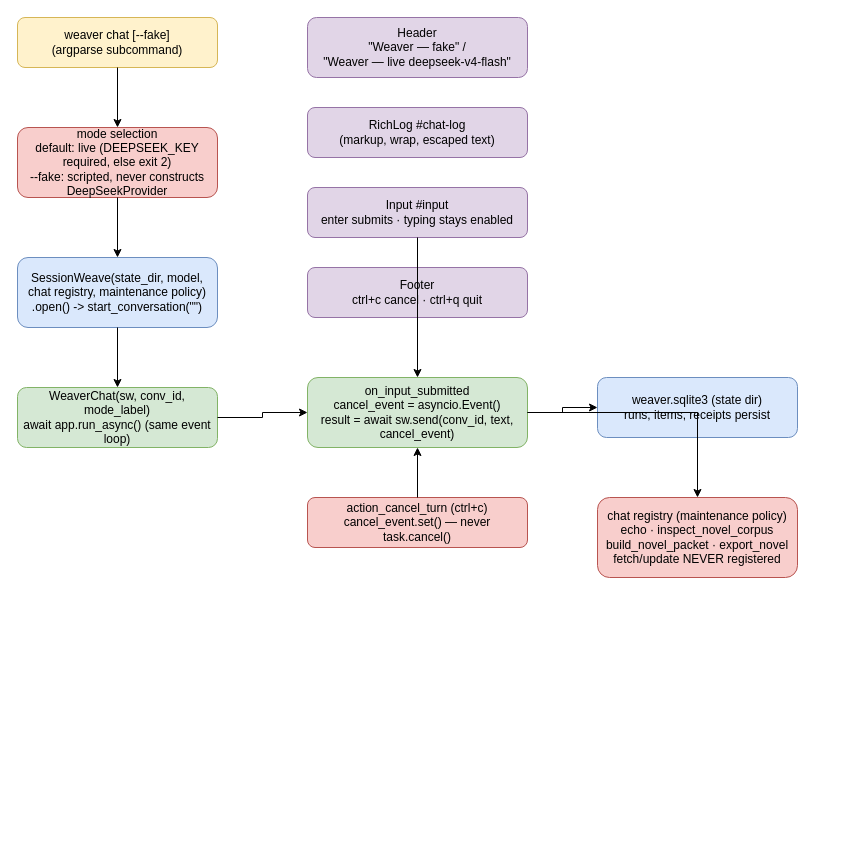
The draw.io diagram deliverables/010-tui-entrypoint/architecture.drawio in haxsysgit/Weaver, before the edit. Source tidied: cells renumbered, new cells numbered last; positions are measured from the earlier drawing's top-left corner, leaving out a move shared by most shapes. Both pictures are drawn from the tidied source at 100%, with x=0, y=0 at pixel (17, 17).
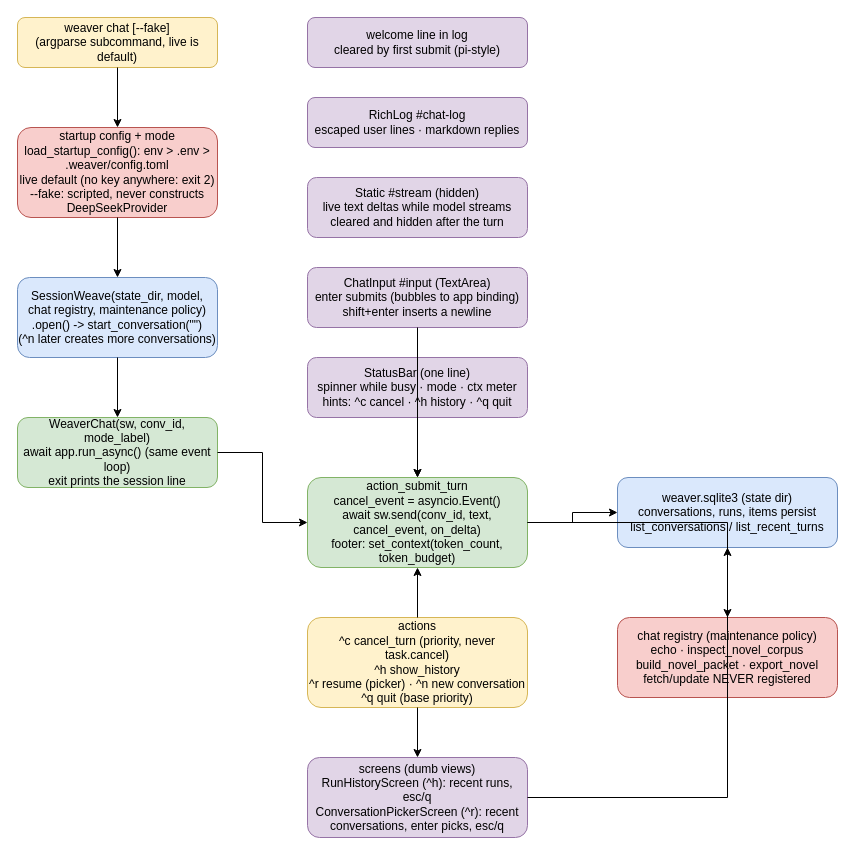
Above is the later version.

Commit message (it also covers changes not shown here):
plan 010 phase c: architecture diagram updated for phases a-d (reviewer minor)

The edit, as a diff of the source:
```diff
@@
-    <mxCell id="2" value="weaver chat [--fake]&#10;(argparse subcommand)" style="rounded=1;whiteSpace=wrap;html=1;fillColor=#fff2cc;strokeColor=#d6b656;" parent="1" vertex="1">
+    <mxCell id="2" value="weaver chat [--fake]&#10;(argparse subcommand, live is default)" style="rounded=1;whiteSpace=wrap;html=1;fillColor=#fff2cc;strokeColor=#d6b656;" parent="1" vertex="1">
       <mxGeometry width="200" height="50" as="geometry" />
     </mxCell>
-    <mxCell id="3" value="mode selection&#10;default: live (DEEPSEEK_KEY required, else exit 2)&#10;--fake: scripted, never constructs DeepSeekProvider" style="rounded=1;whiteSpace=wrap;html=1;fillColor=#f8cecc;strokeColor=#b85450;" parent="1" vertex="1">
-      <mxGeometry y="110" width="200" height="70" as="geometry" />
+    <mxCell id="3" value="startup config + mode&#10;load_startup_config(): env &gt; .env &gt; .weaver/config.toml&#10;live default (no key anywhere: exit 2)&#10;--fake: scripted, never constructs DeepSeekProvider" style="rounded=1;whiteSpace=wrap;html=1;fillColor=#f8cecc;strokeColor=#b85450;" parent="1" vertex="1">
+      <mxGeometry y="110" width="200" height="90" as="geometry" />
     </mxCell>
-    <mxCell id="4" value="SessionWeave(state_dir, model,&#10;chat registry, maintenance policy)&#10;.open() -&gt; start_conversation(&quot;&quot;)" style="rounded=1;whiteSpace=wrap;html=1;fillColor=#dae8fc;strokeColor=#6c8ebf;" parent="1" vertex="1">
-      <mxGeometry y="240" width="200" height="70" as="geometry" />
+    <mxCell id="4" value="SessionWeave(state_dir, model,&#10;chat registry, maintenance policy)&#10;.open() -&gt; start_conversation(&quot;&quot;)&#10;(^n later creates more conversations)" style="rounded=1;whiteSpace=wrap;html=1;fillColor=#dae8fc;strokeColor=#6c8ebf;" parent="1" vertex="1">
+      <mxGeometry y="260" width="200" height="80" as="geometry" />
     </mxCell>
-    <mxCell id="5" value="WeaverChat(sw, conv_id, mode_label)&#10;await app.run_async()  (same event loop)" style="rounded=1;whiteSpace=wrap;html=1;fillColor=#d5e8d4;strokeColor=#82b366;" parent="1" vertex="1">
-      <mxGeometry y="370" width="200" height="60" as="geometry" />
+    <mxCell id="5" value="WeaverChat(sw, conv_id, mode_label)&#10;await app.run_async()  (same event loop)&#10;exit prints the session line" style="rounded=1;whiteSpace=wrap;html=1;fillColor=#d5e8d4;strokeColor=#82b366;" parent="1" vertex="1">
+      <mxGeometry y="400" width="200" height="70" as="geometry" />
     </mxCell>
-    <mxCell id="6" value="Header&#10;&quot;Weaver — fake&quot; / &#10;&quot;Weaver — live deepseek-v4-flash&quot;" style="rounded=1;whiteSpace=wrap;html=1;fillColor=#e1d5e7;strokeColor=#9673a6;" parent="1" vertex="1">
-      <mxGeometry x="290" width="220" height="60" as="geometry" />
-    </mxCell>
+    <mxCell id="22" value="welcome line in log&#10;cleared by first submit (pi-style)" style="rounded=1;whiteSpace=wrap;html=1;fillColor=#e1d5e7;strokeColor=#9673a6;" parent="1" vertex="1">
+      <mxGeometry x="290" width="220" height="50" as="geometry" />
+    </mxCell>
-    <mxCell id="7" value="RichLog #chat-log&#10;(markup, wrap, escaped text)" style="rounded=1;whiteSpace=wrap;html=1;fillColor=#e1d5e7;strokeColor=#9673a6;" parent="1" vertex="1">
-      <mxGeometry x="290" y="90" width="220" height="50" as="geometry" />
+    <mxCell id="7" value="RichLog #chat-log&#10;escaped user lines · markdown replies" style="rounded=1;whiteSpace=wrap;html=1;fillColor=#e1d5e7;strokeColor=#9673a6;" parent="1" vertex="1">
+      <mxGeometry x="290" y="80" width="220" height="50" as="geometry" />
     </mxCell>
+    <mxCell id="23" value="Static #stream (hidden)&#10;live text deltas while model streams&#10;cleared and hidden after the turn" style="rounded=1;whiteSpace=wrap;html=1;fillColor=#e1d5e7;strokeColor=#9673a6;" parent="1" vertex="1">
+      <mxGeometry x="290" y="160" width="220" height="60" as="geometry" />
+    </mxCell>
-    <mxCell id="8" value="Input #input&#10;enter submits · typing stays enabled" style="rounded=1;whiteSpace=wrap;html=1;fillColor=#e1d5e7;strokeColor=#9673a6;" parent="1" vertex="1">
-      <mxGeometry x="290" y="170" width="220" height="50" as="geometry" />
+    <mxCell id="8" value="ChatInput #input (TextArea)&#10;enter submits (bubbles to app binding)&#10;shift+enter inserts a newline" style="rounded=1;whiteSpace=wrap;html=1;fillColor=#e1d5e7;strokeColor=#9673a6;" parent="1" vertex="1">
+      <mxGeometry x="290" y="250" width="220" height="60" as="geometry" />
     </mxCell>
-    <mxCell id="9" value="Footer&#10;ctrl+c cancel · ctrl+q quit" style="rounded=1;whiteSpace=wrap;html=1;fillColor=#e1d5e7;strokeColor=#9673a6;" parent="1" vertex="1">
-      <mxGeometry x="290" y="250" width="220" height="50" as="geometry" />
-    </mxCell>
+    <mxCell id="24" value="StatusBar (one line)&#10;spinner while busy · mode · ctx meter&#10;hints: ^c cancel · ^h history · ^q quit" style="rounded=1;whiteSpace=wrap;html=1;fillColor=#e1d5e7;strokeColor=#9673a6;" parent="1" vertex="1">
+      <mxGeometry x="290" y="340" width="220" height="60" as="geometry" />
+    </mxCell>
-    <mxCell id="10" value="on_input_submitted&#10;cancel_event = asyncio.Event()&#10;result = await sw.send(conv_id, text, cancel_event)" style="rounded=1;whiteSpace=wrap;html=1;fillColor=#d5e8d4;strokeColor=#82b366;" parent="1" vertex="1">
-      <mxGeometry x="290" y="360" width="220" height="70" as="geometry" />
+    <mxCell id="10" value="action_submit_turn&#10;cancel_event = asyncio.Event()&#10;await sw.send(conv_id, text, cancel_event, on_delta)&#10;footer: set_context(token_count, token_budget)" style="rounded=1;whiteSpace=wrap;html=1;fillColor=#d5e8d4;strokeColor=#82b366;" parent="1" vertex="1">
+      <mxGeometry x="290" y="460" width="220" height="90" as="geometry" />
     </mxCell>
-    <mxCell id="11" value="action_cancel_turn (ctrl+c)&#10;cancel_event.set() — never task.cancel()" style="rounded=1;whiteSpace=wrap;html=1;fillColor=#f8cecc;strokeColor=#b85450;" parent="1" vertex="1">
-      <mxGeometry x="290" y="480" width="220" height="50" as="geometry" />
-    </mxCell>
+    <mxCell id="25" value="actions&#10;^c cancel_turn (priority, never task.cancel)&#10;^h show_history&#10;^r resume (picker) · ^n new conversation&#10;^q quit (base priority)" style="rounded=1;whiteSpace=wrap;html=1;fillColor=#fff2cc;strokeColor=#d6b656;" parent="1" vertex="1">
+      <mxGeometry x="290" y="600" width="220" height="90" as="geometry" />
+    </mxCell>
+    <mxCell id="26" value="screens (dumb views)&#10;RunHistoryScreen (^h): recent runs, esc/q&#10;ConversationPickerScreen (^r): recent&#10;conversations, enter picks, esc/q" style="rounded=1;whiteSpace=wrap;html=1;fillColor=#e1d5e7;strokeColor=#9673a6;" parent="1" vertex="1">
+      <mxGeometry x="290" y="740" width="220" height="80" as="geometry" />
+    </mxCell>
-    <mxCell id="12" value="weaver.sqlite3 (state dir)&#10;runs, items, receipts persist" style="rounded=1;whiteSpace=wrap;html=1;fillColor=#dae8fc;strokeColor=#6c8ebf;" parent="1" vertex="1">
-      <mxGeometry x="580" y="360" width="200" height="60" as="geometry" />
+    <mxCell id="12" value="weaver.sqlite3 (state dir)&#10;conversations, runs, items persist&#10;list_conversations / list_recent_turns" style="rounded=1;whiteSpace=wrap;html=1;fillColor=#dae8fc;strokeColor=#6c8ebf;" parent="1" vertex="1">
+      <mxGeometry x="600" y="460" width="220" height="70" as="geometry" />
     </mxCell>
     <mxCell id="13" value="chat registry (maintenance policy)&#10;echo · inspect_novel_corpus&#10;build_novel_packet · export_novel&#10;fetch/update NEVER registered" style="rounded=1;whiteSpace=wrap;html=1;fillColor=#f8cecc;strokeColor=#b85450;" parent="1" vertex="1">
-      <mxGeometry x="580" y="480" width="200" height="80" as="geometry" />
+      <mxGeometry x="600" y="600" width="220" height="80" as="geometry" />
     </mxCell>
@@
-    <mxCell id="21" style="edgeStyle=orthogonalEdgeStyle;rounded=0;html=1;" parent="1" edge="1" source="11" target="10">
+    <mxCell id="21" style="edgeStyle=orthogonalEdgeStyle;rounded=0;html=1;" parent="1" edge="1" source="25" target="10">
       <mxGeometry relative="1" as="geometry" />
     </mxCell>
+    <mxCell id="27" style="edgeStyle=orthogonalEdgeStyle;rounded=0;html=1;" parent="1" edge="1" source="25" target="26">
+      <mxGeometry relative="1" as="geometry" />
+    </mxCell>
+    <mxCell id="28" style="edgeStyle=orthogonalEdgeStyle;rounded=0;html=1;" parent="1" edge="1" source="26" target="12">
+      <mxGeometry relative="1" as="geometry" />
+    </mxCell>
+    <mxCell id="29" style="edgeStyle=orthogonalEdgeStyle;rounded=0;html=1;" parent="1" edge="1" source="24" target="10">
+      <mxGeometry relative="1" as="geometry" />
+    </mxCell>
```
